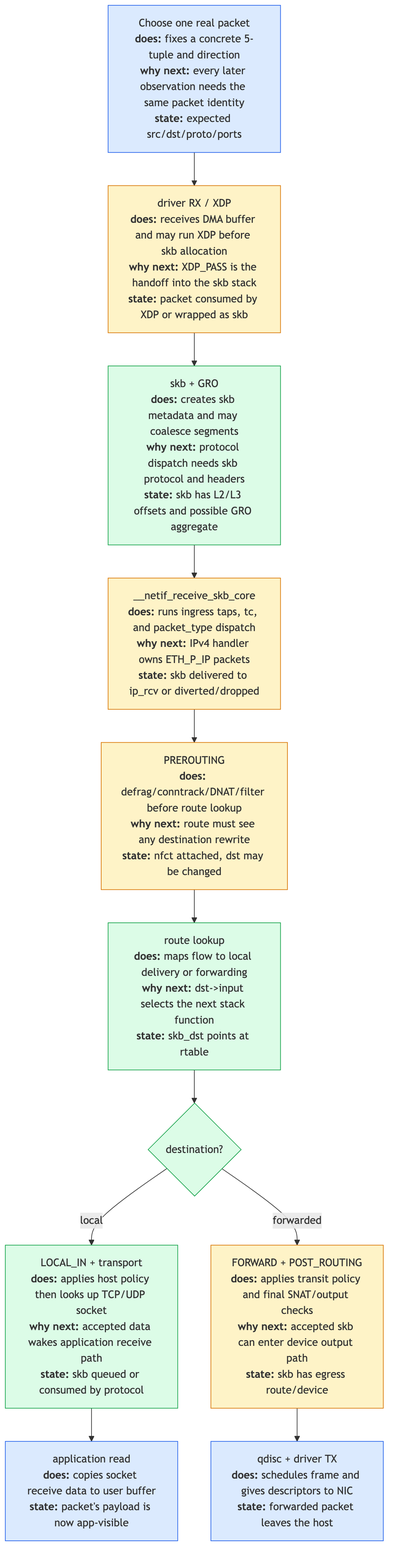
Before: linux-net/src/diagrams/day30_capstone.png, a diagram exported from Mermaid (biefy/books). Its source is kept beside it as linux-net/src/diagrams/src/day30_capstone.mmd.
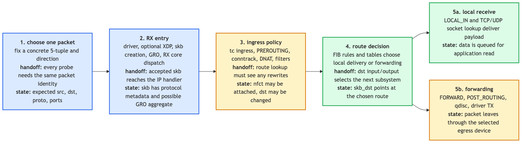
After the change.

Change to the diagram source:
```diff
@@ -1,23 +1,23 @@
-flowchart TD
-    Pick["Choose one real packet<br/><b>does:</b> fixes a concrete 5-tuple and direction<br/><b>why next:</b> every later observation needs the same packet identity<br/><b>state:</b> expected src/dst/proto/ports"]
-    Driver["driver RX / XDP<br/><b>does:</b> receives DMA buffer and may run XDP before skb allocation<br/><b>why next:</b> XDP_PASS is the handoff into the skb stack<br/><b>state:</b> packet consumed by XDP or wrapped as skb"]
-    GRO["skb + GRO<br/><b>does:</b> creates skb metadata and may coalesce segments<br/><b>why next:</b> protocol dispatch needs skb protocol and headers<br/><b>state:</b> skb has L2/L3 offsets and possible GRO aggregate"]
-    Core["__netif_receive_skb_core<br/><b>does:</b> runs ingress taps, tc, and packet_type dispatch<br/><b>why next:</b> IPv4 handler owns ETH_P_IP packets<br/><b>state:</b> skb delivered to ip_rcv or diverted/dropped"]
-    Pre["PREROUTING<br/><b>does:</b> defrag/conntrack/DNAT/filter before route lookup<br/><b>why next:</b> route must see any destination rewrite<br/><b>state:</b> nfct attached, dst may be changed"]
-    Route["route lookup<br/><b>does:</b> maps flow to local delivery or forwarding<br/><b>why next:</b> dst->input selects the next stack function<br/><b>state:</b> skb_dst points at rtable"]
-    Decision{"destination?"}
-    Local["LOCAL_IN + transport<br/><b>does:</b> applies host policy then looks up TCP/UDP socket<br/><b>why next:</b> accepted data wakes application receive path<br/><b>state:</b> skb queued or consumed by protocol"]
-    Forward["FORWARD + POST_ROUTING<br/><b>does:</b> applies transit policy and final SNAT/output checks<br/><b>why next:</b> accepted skb can enter device output path<br/><b>state:</b> skb has egress route/device"]
-    App["application read<br/><b>does:</b> copies socket receive data to user buffer<br/><b>state:</b> packet's payload is now app-visible"]
-    Tx["qdisc + driver TX<br/><b>does:</b> schedules frame and gives descriptors to NIC<br/><b>state:</b> forwarded packet leaves the host"]
+flowchart LR
+    Pick["<b>1. choose one packet</b><br/>fix a concrete 5-tuple and direction<br/><b>handoff:</b> every probe needs the same packet identity<br/><b>state:</b> expected src, dst, proto, ports"]
 
-    Pick --> Driver --> GRO --> Core --> Pre --> Route --> Decision
-    Decision -->|local| Local --> App
-    Decision -->|forwarded| Forward --> Tx
+    Entry["<b>2. RX entry</b><br/>driver, optional XDP, skb creation, GRO, RX core dispatch<br/><b>handoff:</b> accepted skb reaches the IP handler<br/><b>state:</b> skb has protocol metadata and possible GRO aggregate"]
 
-    classDef observe fill:#dbeafe,stroke:#2563eb
-    classDef hook fill:#fef3c7,stroke:#d97706
-    classDef state fill:#dcfce7,stroke:#16a34a
-    class Pick,App,Tx observe
-    class Driver,Core,Pre,Forward hook
-    class GRO,Route,Decision,Local state
+    Policy["<b>3. ingress policy</b><br/>tc ingress, PREROUTING, conntrack, DNAT, filters<br/><b>handoff:</b> route lookup must see any rewrites<br/><b>state:</b> nfct may be attached, dst may be changed"]
+
+    Route["<b>4. route decision</b><br/>FIB rules and tables choose local delivery or forwarding<br/><b>handoff:</b> dst input/output selects the next subsystem<br/><b>state:</b> skb_dst points at the chosen route"]
+
+    Local["<b>5a. local receive</b><br/>LOCAL_IN and TCP/UDP socket lookup deliver payload<br/><b>state:</b> data is queued for application read"]
+
+    Forward["<b>5b. forwarding</b><br/>FORWARD, POST_ROUTING, qdisc, driver TX<br/><b>state:</b> packet leaves through the selected egress device"]
+
+    Pick --> Entry --> Policy --> Route
+    Route --> Local
+    Route --> Forward
+
+    classDef observe fill:#dbeafe,stroke:#2563eb,stroke-width:2px
+    classDef hook fill:#fef3c7,stroke:#d97706,stroke-width:2px
+    classDef state fill:#dcfce7,stroke:#16a34a,stroke-width:2px
+    class Pick,Entry observe
+    class Policy,Forward hook
+    class Route,Local state
```
